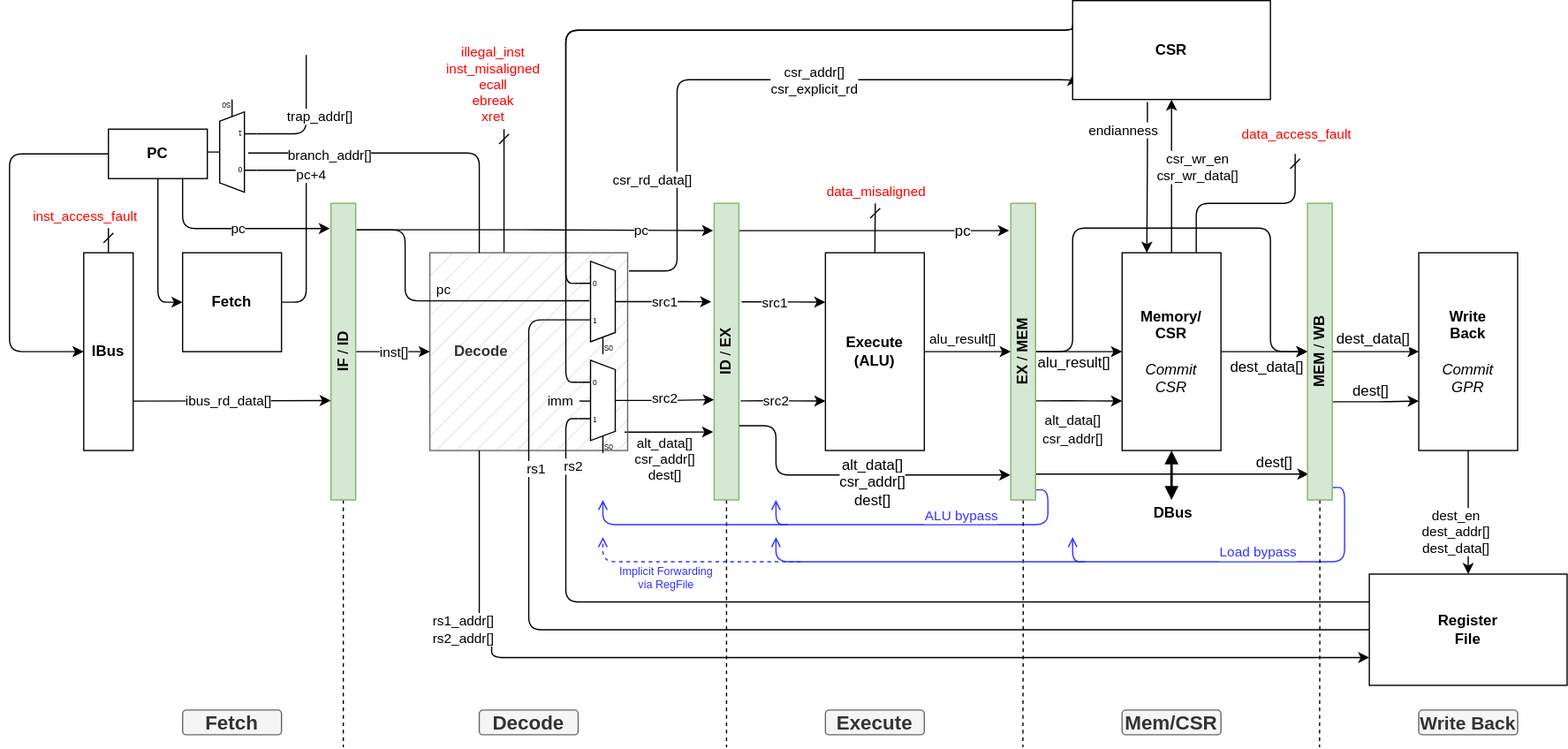
Before: docs/figures/Pipeline.drawio.svg, a diagram exported from draw.io (dhad4g/Lexington). Source tidied: cells renumbered, new cells last; positions are measured from the earlier drawing's top-left corner, leaving out a move shared by most shapes.
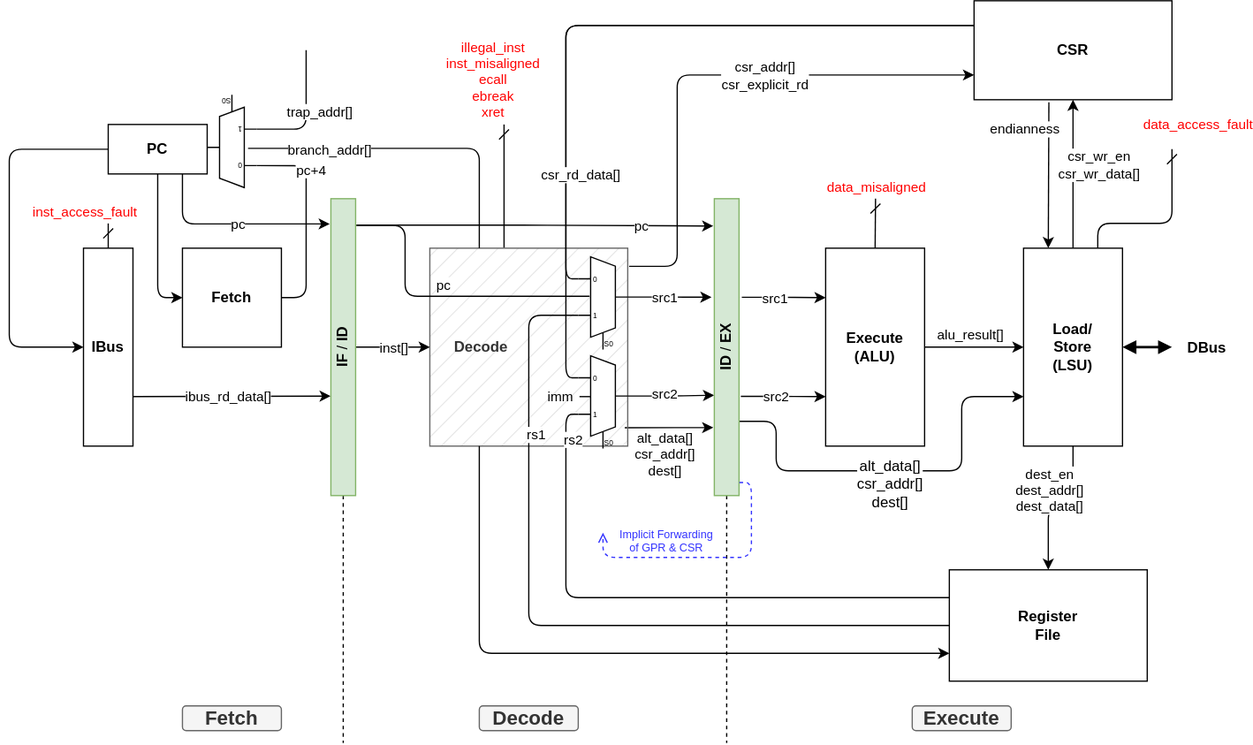
After the commit.

Change to the diagram source:
```diff
@@ -72,4 +72,3 @@
         <Array as="points">
-          <mxPoint x="380" y="512" />
-          <mxPoint x="390" y="512" />
+          <mxPoint x="380" y="532" />
         </Array>
@@ -77,7 +76,2 @@
     </mxCell>
-    <mxCell id="16" value="rs1_addr[]&lt;br style=&quot;border-color: var(--border-color);&quot;&gt;rs2_addr[]" style="edgeLabel;html=1;align=center;verticalAlign=middle;" parent="15" vertex="1">
-      <mxGeometry x="0.62" relative="1" as="geometry">
-        <mxPoint x="-566" y="-23" as="offset" />
-      </mxGeometry>
-    </mxCell>
     <mxCell id="17" style="edgeStyle=orthogonalEdgeStyle;html=1;exitX=1.007;exitY=0.092;exitDx=0;exitDy=0;entryX=0;entryY=0.75;entryDx=0;entryDy=0;exitPerimeter=0;" parent="1" edge="1" source="6" target="53">
@@ -107,3 +101,3 @@
     </mxCell>
-    <mxCell id="21" style="edgeStyle=orthogonalEdgeStyle;html=1;exitX=0.5;exitY=1;exitDx=0;exitDy=0;entryX=0.5;entryY=0;entryDx=0;entryDy=0;" parent="1" edge="1" source="25" target="30">
+    <mxCell id="21" style="edgeStyle=orthogonalEdgeStyle;html=1;exitX=0.5;exitY=1;exitDx=0;exitDy=0;entryX=0.5;entryY=0;entryDx=0;entryDy=0;" parent="1" edge="1" source="62" target="30">
       <mxGeometry relative="1" as="geometry" />
@@ -112,12 +106,7 @@
       <mxGeometry x="0.48" y="4" relative="1" as="geometry">
-        <mxPoint x="-15" y="-9" as="offset" />
+        <mxPoint x="-4" y="-34" as="offset" />
       </mxGeometry>
     </mxCell>
-    <mxCell id="23" style="edgeStyle=orthogonalEdgeStyle;html=1;exitX=0.5;exitY=0;exitDx=0;exitDy=0;entryX=0.5;entryY=1;entryDx=0;entryDy=0;" parent="1" edge="1" source="62" target="53">
-      <mxGeometry relative="1" as="geometry">
-        <Array as="points">
-          <mxPoint x="940" y="154" />
-          <mxPoint x="940" y="154" />
-        </Array>
-      </mxGeometry>
+    <mxCell id="23" style="html=1;exitX=0.5;exitY=0;exitDx=0;exitDy=0;entryX=0.5;entryY=1;entryDx=0;entryDy=0;" parent="1" edge="1" source="62" target="53">
+      <mxGeometry relative="1" as="geometry" />
     </mxCell>
@@ -128,5 +117,2 @@
     </mxCell>
-    <mxCell id="25" value="&lt;b&gt;Write&lt;/b&gt;&lt;br&gt;&lt;b&gt;Back&lt;/b&gt;&lt;br&gt;&lt;br&gt;&lt;i&gt;Commit&lt;br&gt;GPR&lt;/i&gt;" style="rounded=0;whiteSpace=wrap;html=1;" parent="1" vertex="1">
-      <mxGeometry x="1140" y="204" width="80" height="160" as="geometry" />
-    </mxCell>
     <mxCell id="26" style="edgeStyle=orthogonalEdgeStyle;html=1;exitX=0;exitY=0.5;exitDx=0;exitDy=0;entryX=0;entryY=0.59;entryDx=0;entryDy=3;entryPerimeter=0;endArrow=none;endFill=0;" parent="1" edge="1" source="30" target="74">
@@ -158,3 +144,3 @@
     <mxCell id="30" value="&lt;b&gt;Register&lt;br&gt;File&lt;/b&gt;" style="rounded=0;whiteSpace=wrap;html=1;" parent="1" vertex="1">
-      <mxGeometry x="1100" y="464" width="160" height="90" as="geometry" />
+      <mxGeometry x="760" y="464" width="160" height="90" as="geometry" />
     </mxCell>
@@ -182,3 +168,3 @@
     </mxCell>
-    <mxCell id="36" style="edgeStyle=orthogonalEdgeStyle;html=1;exitX=1;exitY=0.5;exitDx=0;exitDy=0;entryX=0;entryY=0.5;entryDx=0;entryDy=0;" parent="1" edge="1" source="46" target="93">
+    <mxCell id="36" style="edgeStyle=orthogonalEdgeStyle;html=1;exitX=1;exitY=0.5;exitDx=0;exitDy=0;entryX=0;entryY=0.5;entryDx=0;entryDy=0;" parent="1" edge="1" source="46" target="62">
       <mxGeometry relative="1" as="geometry" />
@@ -206,17 +192,2 @@
     </mxCell>
-    <mxCell id="42" style="edgeStyle=orthogonalEdgeStyle;html=1;exitX=0.987;exitY=0.966;exitDx=0;exitDy=0;fontSize=11;fontColor=#000000;startArrow=none;startFill=0;endArrow=open;endFill=0;exitPerimeter=0;strokeColor=#3333FF;" parent="1" edge="1" source="93">
-      <mxGeometry relative="1" as="geometry">
-        <mxPoint x="480" y="404" as="targetPoint" />
-        <Array as="points">
-          <mxPoint x="840" y="396" />
-          <mxPoint x="840" y="424" />
-          <mxPoint x="480" y="424" />
-        </Array>
-      </mxGeometry>
-    </mxCell>
-    <mxCell id="43" value="ALU bypass" style="edgeLabel;html=1;align=center;verticalAlign=middle;fontSize=11;fontColor=#3333FF;" parent="42" vertex="1">
-      <mxGeometry x="0.65" y="4" relative="1" as="geometry">
-        <mxPoint x="237" y="-12" as="offset" />
-      </mxGeometry>
-    </mxCell>
     <mxCell id="44" style="edgeStyle=none;html=1;exitX=0.5;exitY=0;exitDx=0;exitDy=0;endArrow=dash;endFill=0;" parent="1" edge="1" source="46">
@@ -260,8 +231,4 @@
     </mxCell>
-    <mxCell id="51" style="edgeStyle=orthogonalEdgeStyle;html=1;exitX=0.378;exitY=1.026;exitDx=0;exitDy=0;entryX=0.25;entryY=0;entryDx=0;entryDy=0;exitPerimeter=0;" parent="1" edge="1" source="53" target="62">
-      <mxGeometry relative="1" as="geometry">
-        <Array as="points">
-          <mxPoint x="921" y="124" />
-        </Array>
-      </mxGeometry>
+    <mxCell id="51" style="html=1;exitX=0.378;exitY=1.026;exitDx=0;exitDy=0;entryX=0.25;entryY=0;entryDx=0;entryDy=0;exitPerimeter=0;" parent="1" edge="1" source="53" target="62">
+      <mxGeometry relative="1" as="geometry" />
     </mxCell>
@@ -273,3 +240,3 @@
     <mxCell id="53" value="&lt;b&gt;CSR&lt;/b&gt;" style="rounded=0;whiteSpace=wrap;html=1;" parent="1" vertex="1">
-      <mxGeometry x="860" width="160" height="80" as="geometry" />
+      <mxGeometry x="780" y="4" width="160" height="80" as="geometry" />
     </mxCell>
@@ -280,3 +247,7 @@
       <mxGeometry relative="1" as="geometry">
-        <mxPoint x="1040" y="124" as="targetPoint" />
+        <mxPoint x="940" y="124" as="targetPoint" />
+        <Array as="points">
+          <mxPoint x="880" y="184" />
+          <mxPoint x="940" y="184" />
+        </Array>
       </mxGeometry>
@@ -285,11 +256,8 @@
       <mxGeometry x="0.56" relative="1" as="geometry">
-        <mxPoint y="-52" as="offset" />
+        <mxPoint x="20" y="-52" as="offset" />
       </mxGeometry>
     </mxCell>
-    <mxCell id="57" style="edgeStyle=orthogonalEdgeStyle;html=1;exitX=0.5;exitY=1;exitDx=0;exitDy=0;fontSize=11;fontColor=#FF0000;startArrow=block;startFill=1;endArrow=block;endFill=1;strokeWidth=2;" parent="1" edge="1" source="62">
+    <mxCell id="57" style="html=1;exitX=1;exitY=0.5;exitDx=0;exitDy=0;fontSize=11;fontColor=#FF0000;startArrow=block;startFill=1;endArrow=block;endFill=1;strokeWidth=2;" parent="1" edge="1" source="62">
       <mxGeometry relative="1" as="geometry">
-        <mxPoint x="940" y="404" as="targetPoint" />
-        <Array as="points">
-          <mxPoint x="940" y="404" />
-        </Array>
+        <mxPoint x="940" y="284" as="targetPoint" />
       </mxGeometry>
@@ -298,18 +266,7 @@
       <mxGeometry x="0.31" y="-2" relative="1" as="geometry">
-        <mxPoint x="2" y="24" as="offset" />
+        <mxPoint x="41" y="-2" as="offset" />
       </mxGeometry>
     </mxCell>
-    <mxCell id="59" style="edgeStyle=orthogonalEdgeStyle;html=1;exitX=0.967;exitY=0.666;exitDx=0;exitDy=0;entryX=0;entryY=0.75;entryDx=0;entryDy=0;strokeWidth=1;fontSize=12;fontColor=#000000;startArrow=none;startFill=0;endArrow=classic;endFill=1;exitPerimeter=0;" parent="1" edge="1" source="93" target="62">
-      <mxGeometry relative="1" as="geometry" />
-    </mxCell>
-    <mxCell id="60" value="&lt;span style=&quot;font-size: 11px;&quot;&gt;alt_data[]&lt;/span&gt;&lt;br style=&quot;border-color: var(--border-color); font-size: 11px;&quot;&gt;&lt;span style=&quot;font-size: 11px;&quot;&gt;csr_addr[]&lt;/span&gt;" style="edgeLabel;html=1;align=center;verticalAlign=middle;fontSize=12;fontColor=#000000;" parent="59" vertex="1">
-      <mxGeometry x="-0.31" y="-2" relative="1" as="geometry">
-        <mxPoint x="6" y="21" as="offset" />
-      </mxGeometry>
-    </mxCell>
-    <mxCell id="61" style="edgeStyle=none;html=1;exitX=1;exitY=0.5;exitDx=0;exitDy=0;entryX=0;entryY=0.5;entryDx=0;entryDy=0;fontColor=#FF0000;endArrow=classic;endFill=1;" parent="1" edge="1" source="62" target="101">
-      <mxGeometry relative="1" as="geometry" />
-    </mxCell>
-    <mxCell id="62" value="&lt;b&gt;Memory/&lt;/b&gt;&lt;br&gt;&lt;b&gt;CSR&lt;/b&gt;&lt;br&gt;&lt;br&gt;&lt;i&gt;Commit&lt;br&gt;CSR&lt;/i&gt;" style="rounded=0;whiteSpace=wrap;html=1;" parent="1" vertex="1">
-      <mxGeometry x="900" y="204" width="80" height="160" as="geometry" />
+    <mxCell id="62" value="&lt;b&gt;Load/&lt;br&gt;Store&lt;br&gt;(LSU)&lt;br&gt;&lt;/b&gt;" style="rounded=0;whiteSpace=wrap;html=1;" parent="1" vertex="1">
+      <mxGeometry x="820" y="204" width="80" height="160" as="geometry" />
     </mxCell>
@@ -375,3 +332,3 @@
     </mxCell>
-    <mxCell id="78" style="edgeStyle=orthogonalEdgeStyle;html=1;exitX=1;exitY=0.75;exitDx=0;exitDy=0;fontSize=11;fontColor=#FF0000;startArrow=none;startFill=0;endArrow=classic;endFill=1;entryX=-0.02;entryY=0.916;entryDx=0;entryDy=0;entryPerimeter=0;" parent="1" edge="1" source="83" target="93">
+    <mxCell id="78" style="edgeStyle=orthogonalEdgeStyle;html=1;exitX=1;exitY=0.75;exitDx=0;exitDy=0;fontSize=11;fontColor=#FF0000;startArrow=none;startFill=0;endArrow=classic;endFill=1;entryX=0;entryY=0.75;entryDx=0;entryDy=0;" parent="1" edge="1" source="83" target="62">
       <mxGeometry relative="1" as="geometry">
@@ -380,2 +337,4 @@
           <mxPoint x="620" y="384" />
+          <mxPoint x="770" y="384" />
+          <mxPoint x="770" y="324" />
         </Array>
@@ -385,13 +344,5 @@
       <mxGeometry x="0.13" y="-4" relative="1" as="geometry">
-        <mxPoint y="2" as="offset" />
+        <mxPoint x="-25" y="6" as="offset" />
       </mxGeometry>
     </mxCell>
-    <mxCell id="80" style="edgeStyle=orthogonalEdgeStyle;html=1;exitX=1.004;exitY=0.092;exitDx=0;exitDy=0;strokeWidth=1;fontSize=12;fontColor=#000000;startArrow=none;startFill=0;endArrow=classic;endFill=1;exitPerimeter=0;entryX=-0.07;entryY=0.092;entryDx=0;entryDy=0;entryPerimeter=0;" parent="1" edge="1" source="83" target="93">
-      <mxGeometry relative="1" as="geometry" />
-    </mxCell>
-    <mxCell id="81" value="pc" style="edgeLabel;html=1;align=center;verticalAlign=middle;fontSize=12;fontColor=#000000;" parent="80" vertex="1">
-      <mxGeometry x="0.3" relative="1" as="geometry">
-        <mxPoint x="38" as="offset" />
-      </mxGeometry>
-    </mxCell>
     <mxCell id="82" style="edgeStyle=orthogonalEdgeStyle;html=1;exitX=0.5;exitY=1;exitDx=0;exitDy=0;dashed=1;strokeWidth=1;fontSize=15;fontColor=#000000;startArrow=none;startFill=0;endArrow=none;endFill=0;" parent="1" edge="1" source="83">
@@ -410,80 +361,2 @@
     </mxCell>
-    <mxCell id="86" style="edgeStyle=orthogonalEdgeStyle;html=1;exitX=1;exitY=0.5;exitDx=0;exitDy=0;entryX=0;entryY=0.5;entryDx=0;entryDy=0;strokeWidth=1;fontSize=12;fontColor=#000000;startArrow=none;startFill=0;endArrow=classic;endFill=1;" parent="1" edge="1" source="93" target="62">
-      <mxGeometry relative="1" as="geometry" />
-    </mxCell>
-    <mxCell id="87" value="alu_result[]" style="edgeLabel;html=1;align=center;verticalAlign=middle;fontSize=12;fontColor=#000000;" parent="86" vertex="1">
-      <mxGeometry x="-0.21" y="4" relative="1" as="geometry">
-        <mxPoint x="3" y="12" as="offset" />
-      </mxGeometry>
-    </mxCell>
-    <mxCell id="88" style="edgeStyle=orthogonalEdgeStyle;html=1;exitX=1.004;exitY=0.913;exitDx=0;exitDy=0;strokeWidth=1;fontSize=12;fontColor=#000000;startArrow=none;startFill=0;endArrow=classic;endFill=1;exitPerimeter=0;entryX=0.041;entryY=0.913;entryDx=0;entryDy=0;entryPerimeter=0;" parent="1" edge="1" source="93" target="101">
-      <mxGeometry relative="1" as="geometry" />
-    </mxCell>
-    <mxCell id="89" value="dest[]" style="edgeLabel;html=1;align=center;verticalAlign=middle;fontSize=12;fontColor=#000000;" parent="88" vertex="1">
-      <mxGeometry x="0.65" y="1" relative="1" as="geometry">
-        <mxPoint x="10" y="-9" as="offset" />
-      </mxGeometry>
-    </mxCell>
-    <mxCell id="90" style="edgeStyle=orthogonalEdgeStyle;html=1;exitX=1;exitY=0.5;exitDx=0;exitDy=0;entryX=0;entryY=0.5;entryDx=0;entryDy=0;strokeWidth=1;fontSize=12;fontColor=#000000;startArrow=none;startFill=0;endArrow=classic;endFill=1;" parent="1" edge="1" source="93" target="101">
-      <mxGeometry relative="1" as="geometry">
-        <Array as="points">
-          <mxPoint x="860" y="284" />
-          <mxPoint x="860" y="184" />
-          <mxPoint x="1020" y="184" />
-          <mxPoint x="1020" y="284" />
-        </Array>
-      </mxGeometry>
-    </mxCell>
-    <mxCell id="91" value="dest_data[]" style="edgeLabel;html=1;align=center;verticalAlign=middle;fontSize=12;fontColor=#000000;" parent="90" vertex="1">
-      <mxGeometry x="0.85" y="-1" relative="1" as="geometry">
-        <mxPoint x="-3" y="14" as="offset" />
-      </mxGeometry>
-    </mxCell>
-    <mxCell id="92" style="edgeStyle=orthogonalEdgeStyle;html=1;exitX=0.5;exitY=1;exitDx=0;exitDy=0;dashed=1;strokeWidth=1;fontSize=15;fontColor=#000000;startArrow=none;startFill=0;endArrow=none;endFill=0;" parent="1" edge="1" source="93">
-      <mxGeometry relative="1" as="geometry">
-        <mxPoint x="819.8" y="604" as="targetPoint" />
-      </mxGeometry>
-    </mxCell>
-    <mxCell id="93" value="&lt;b&gt;EX &lt;/b&gt;/&lt;b&gt; MEM&lt;/b&gt;" style="rounded=0;whiteSpace=wrap;html=1;horizontal=0;fillColor=#d5e8d4;strokeColor=#82b366;" parent="1" vertex="1">
-      <mxGeometry x="810" y="164" width="20" height="240" as="geometry" />
-    </mxCell>
-    <mxCell id="94" style="edgeStyle=orthogonalEdgeStyle;html=1;exitX=1;exitY=0.5;exitDx=0;exitDy=0;entryX=0;entryY=0.5;entryDx=0;entryDy=0;strokeWidth=1;fontSize=12;fontColor=#000000;startArrow=none;startFill=0;endArrow=classic;endFill=1;" parent="1" edge="1" source="101" target="25">
-      <mxGeometry relative="1" as="geometry" />
-    </mxCell>
-    <mxCell id="95" value="dest_data[]" style="edgeLabel;html=1;align=center;verticalAlign=middle;fontSize=12;fontColor=#000000;" parent="94" vertex="1">
-      <mxGeometry x="-0.21" y="-3" relative="1" as="geometry">
-        <mxPoint x="5" y="-14" as="offset" />
-      </mxGeometry>
-    </mxCell>
-    <mxCell id="96" style="edgeStyle=orthogonalEdgeStyle;html=1;exitX=1.004;exitY=0.669;exitDx=0;exitDy=0;entryX=0;entryY=0.75;entryDx=0;entryDy=0;strokeWidth=1;fontSize=12;fontColor=#000000;startArrow=none;startFill=0;endArrow=classic;endFill=1;exitPerimeter=0;" parent="1" edge="1" source="101" target="25">
-      <mxGeometry relative="1" as="geometry" />
-    </mxCell>
-    <mxCell id="97" value="dest[]" style="edgeLabel;html=1;align=center;verticalAlign=middle;fontSize=12;fontColor=#000000;" parent="96" vertex="1">
-      <mxGeometry x="-0.26" y="1" relative="1" as="geometry">
-        <mxPoint x="4" y="-8" as="offset" />
-      </mxGeometry>
-    </mxCell>
-    <mxCell id="98" style="edgeStyle=orthogonalEdgeStyle;html=1;exitX=1.019;exitY=0.958;exitDx=0;exitDy=0;strokeWidth=1;fontSize=12;fontColor=#000000;startArrow=none;startFill=0;endArrow=open;endFill=0;exitPerimeter=0;strokeColor=#3333FF;" parent="1" edge="1" source="101">
-      <mxGeometry relative="1" as="geometry">
-        <mxPoint x="620" y="434" as="targetPoint" />
-        <Array as="points">
-          <mxPoint x="1080" y="394" />
-          <mxPoint x="1080" y="454" />
-          <mxPoint x="620" y="454" />
-        </Array>
-      </mxGeometry>
-    </mxCell>
-    <mxCell id="99" value="&lt;span style=&quot;font-size: 11px;&quot;&gt;Load bypass&lt;/span&gt;" style="edgeLabel;html=1;align=center;verticalAlign=middle;fontSize=15;fontColor=#3333FF;" parent="98" vertex="1">
-      <mxGeometry x="-0.39" y="-1" relative="1" as="geometry">
-        <mxPoint x="27" y="-10" as="offset" />
-      </mxGeometry>
-    </mxCell>
-    <mxCell id="100" style="edgeStyle=orthogonalEdgeStyle;html=1;exitX=0.5;exitY=1;exitDx=0;exitDy=0;strokeWidth=1;fontSize=15;fontColor=#000000;startArrow=none;startFill=0;endArrow=none;endFill=0;dashed=1;" parent="1" edge="1" source="101">
-      <mxGeometry relative="1" as="geometry">
-        <mxPoint x="1059.8" y="604" as="targetPoint" />
-      </mxGeometry>
-    </mxCell>
-    <mxCell id="101" value="&lt;b&gt;MEM &lt;/b&gt;/&lt;b&gt;&amp;nbsp;WB&lt;/b&gt;" style="rounded=0;whiteSpace=wrap;html=1;horizontal=0;fillColor=#d5e8d4;strokeColor=#82b366;" parent="1" vertex="1">
-      <mxGeometry x="1050" y="164" width="20" height="240" as="geometry" />
-    </mxCell>
     <mxCell id="102" value="Fetch" style="rounded=1;whiteSpace=wrap;html=1;fontSize=16;fontStyle=1;fillColor=#f5f5f5;fontColor=#333333;strokeColor=#666666;" parent="1" vertex="1">
@@ -495,33 +368,10 @@
     <mxCell id="104" value="Execute" style="rounded=1;whiteSpace=wrap;html=1;fontSize=16;fontStyle=1;fillColor=#f5f5f5;strokeColor=#666666;fontColor=#333333;" parent="1" vertex="1">
-      <mxGeometry x="660" y="574" width="80" height="20" as="geometry" />
+      <mxGeometry x="730" y="574" width="80" height="20" as="geometry" />
     </mxCell>
-    <mxCell id="105" value="Mem/CSR" style="rounded=1;whiteSpace=wrap;html=1;fontSize=16;fontStyle=1;fillColor=#f5f5f5;strokeColor=#666666;fontColor=#333333;" parent="1" vertex="1">
-      <mxGeometry x="900" y="574" width="80" height="20" as="geometry" />
-    </mxCell>
-    <mxCell id="106" value="Write Back" style="rounded=1;whiteSpace=wrap;html=1;fontSize=15;fontStyle=1;fillColor=#f5f5f5;strokeColor=#666666;fontColor=#333333;" parent="1" vertex="1">
-      <mxGeometry x="1140" y="574" width="80" height="20" as="geometry" />
-    </mxCell>
-    <mxCell id="107" style="edgeStyle=orthogonalEdgeStyle;html=1;strokeWidth=1;fontSize=15;fontColor=#000000;startArrow=none;startFill=0;endArrow=open;endFill=0;strokeColor=#3333FF;" parent="1" edge="1">
-      <mxGeometry relative="1" as="geometry">
-        <mxPoint x="870" y="454" as="sourcePoint" />
-        <mxPoint x="860" y="434" as="targetPoint" />
-        <Array as="points">
-          <mxPoint x="860" y="454" />
-        </Array>
-      </mxGeometry>
-    </mxCell>
-    <mxCell id="108" style="edgeStyle=orthogonalEdgeStyle;html=1;strokeWidth=1;fontSize=15;fontColor=#000000;startArrow=none;startFill=0;endArrow=open;endFill=0;strokeColor=#3333FF;" parent="1" edge="1">
-      <mxGeometry relative="1" as="geometry">
-        <mxPoint x="630" y="424" as="sourcePoint" />
-        <mxPoint x="620" y="404" as="targetPoint" />
-        <Array as="points">
-          <mxPoint x="620" y="424" />
-        </Array>
-      </mxGeometry>
-    </mxCell>
-    <mxCell id="109" style="edgeStyle=orthogonalEdgeStyle;html=1;strokeWidth=1;fontSize=15;fontColor=#000000;startArrow=none;startFill=0;endArrow=open;endFill=0;strokeColor=#3333FF;dashed=1;" parent="1" edge="1">
+    <mxCell id="109" style="edgeStyle=orthogonalEdgeStyle;html=1;strokeWidth=1;fontSize=15;fontColor=#000000;startArrow=none;startFill=0;endArrow=open;endFill=0;strokeColor=#3333FF;dashed=1;exitX=1.014;exitY=0.956;exitDx=0;exitDy=0;exitPerimeter=0;" parent="1" edge="1" source="83">
       <mxGeometry relative="1" as="geometry">
-        <mxPoint x="640" y="454" as="sourcePoint" />
         <mxPoint x="480" y="434" as="targetPoint" />
         <Array as="points">
+          <mxPoint x="600" y="393" />
+          <mxPoint x="600" y="454" />
           <mxPoint x="480" y="454" />
@@ -530,5 +380,5 @@
     </mxCell>
-    <mxCell id="110" value="Implicit Forwarding&lt;br style=&quot;font-size: 9px;&quot;&gt;via RegFile" style="edgeLabel;html=1;align=center;verticalAlign=middle;fontColor=#3333FF;fontSize=9;" parent="109" vertex="1">
+    <mxCell id="110" value="Implicit Forwarding&lt;br style=&quot;font-size: 9px;&quot;&gt;of GPR &amp;amp; CSR" style="edgeLabel;html=1;align=center;verticalAlign=middle;fontColor=#3333FF;fontSize=9;" parent="109" vertex="1">
       <mxGeometry x="0.39" y="2" relative="1" as="geometry">
-        <mxPoint x="15" y="10" as="offset" />
+        <mxPoint x="6" y="-16" as="offset" />
       </mxGeometry>
```
